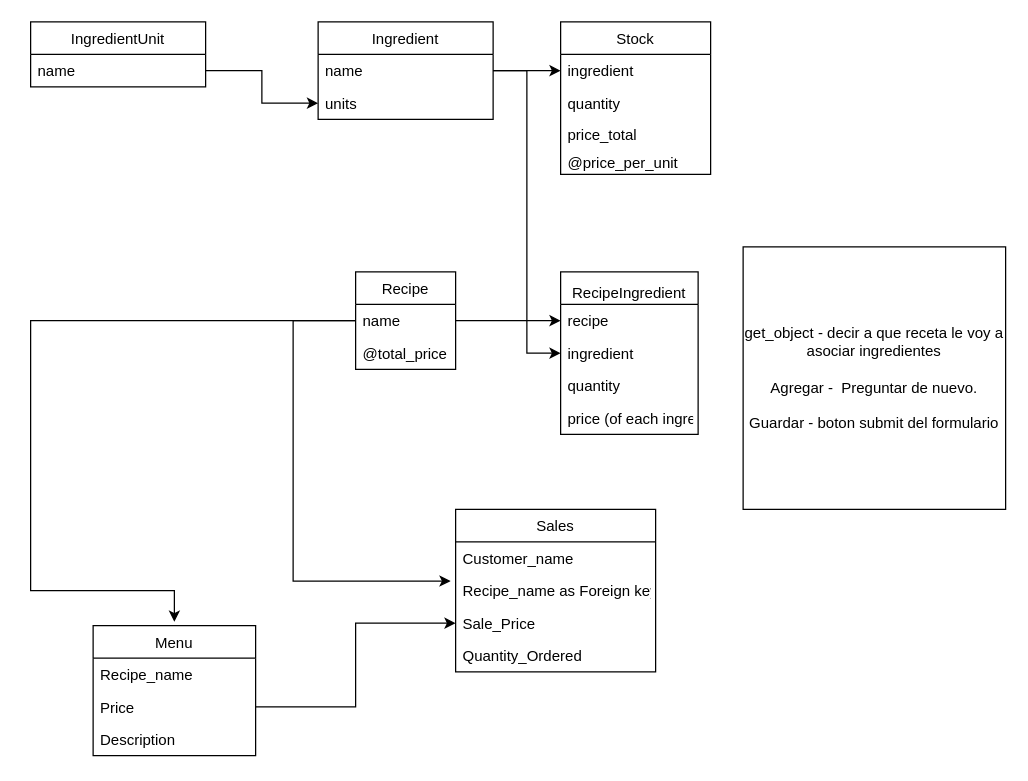
Above: restaurant/architecture.drawio in pablocalderon9408/restaurant_software (draw.io), before the change. Source tidied: cells renumbered, new cells numbered last; positions are measured from the earlier drawing's top-left corner, leaving out a move shared by most shapes. Both pictures are drawn from the tidied source at 125%, with x=0, y=0 at pixel (30, 21).
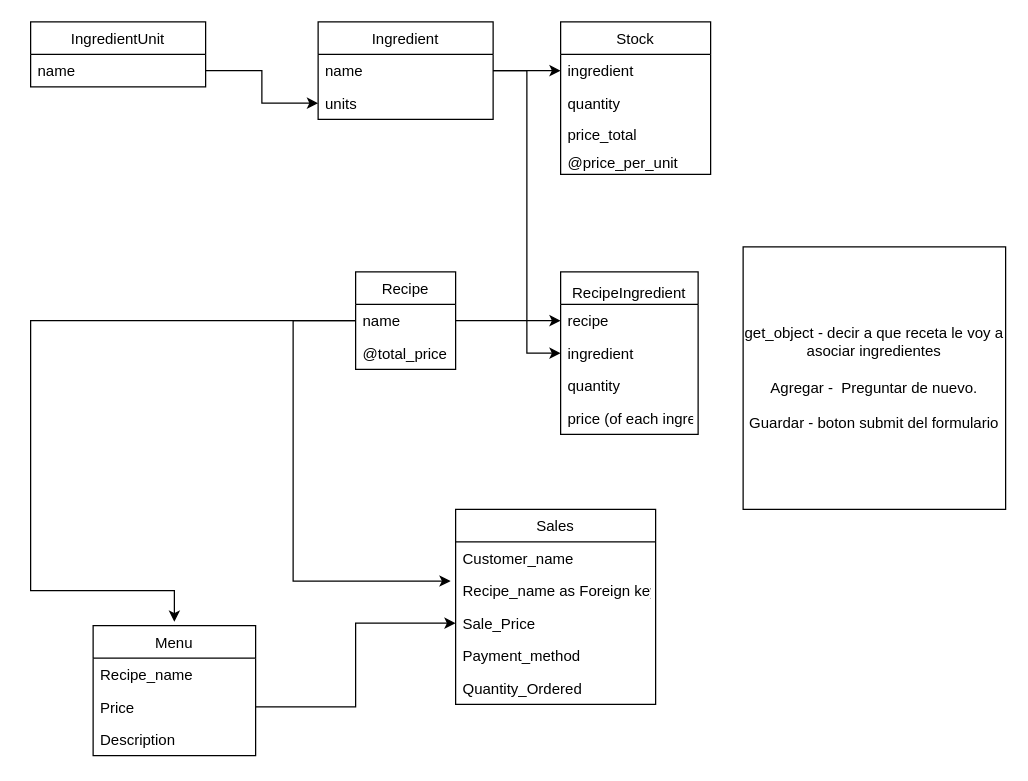
Above is the later version.

What changed in the source:
```diff
@@
     <mxCell id="21" value="Sales" style="swimlane;fontStyle=0;horizontal=1;startSize=26;" parent="1" vertex="1">
-      <mxGeometry x="340" y="390" width="160" height="130" as="geometry" />
+      <mxGeometry x="340" y="390" width="160" height="156" as="geometry" />
     </mxCell>
@@
+    <mxCell id="37" value="Payment_method" style="text;strokeColor=none;fillColor=none;align=left;verticalAlign=top;spacingLeft=4;spacingRight=4;overflow=hidden;" parent="21" vertex="1">
+      <mxGeometry y="104" width="160" height="26" as="geometry" />
+    </mxCell>
     <mxCell id="25" value="Quantity_Ordered" style="text;strokeColor=none;fillColor=none;align=left;verticalAlign=top;spacingLeft=4;spacingRight=4;overflow=hidden;" parent="21" vertex="1">
-      <mxGeometry y="104" width="160" height="26" as="geometry" />
+      <mxGeometry y="130" width="160" height="26" as="geometry" />
     </mxCell>
```
